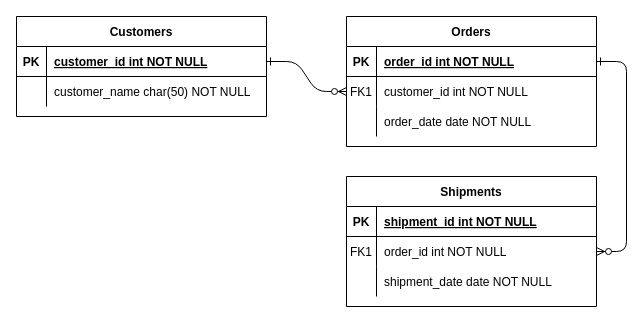
Above: Diagrama sin título.drawio in JonhNino/Book-s (draw.io), before the change. Source tidied: cells renumbered, new cells numbered last; positions are measured from the earlier drawing's top-left corner, leaving out a move shared by most shapes. Both pictures are drawn from the tidied source at 100%, with x=0, y=0 at pixel (16, 16).
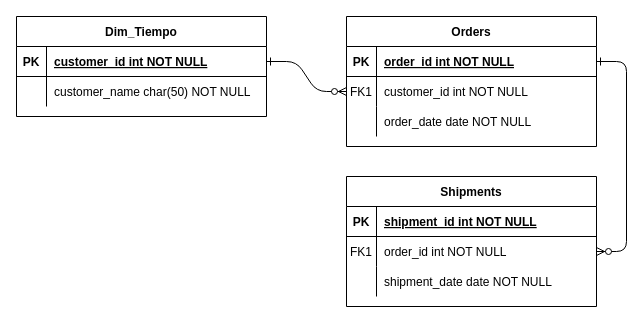
Above is the later version.

Diff of the diagram source:
```diff
@@
-    <mxCell id="24" value="Customers" style="shape=table;startSize=30;childLayout=tableLayout;rowLines=0;fontStyle=1;align=center;" parent="1" vertex="1">
+    <mxCell id="24" value="Dim_Tiempo" style="shape=table;startSize=30;childLayout=tableLayout;rowLines=0;fontStyle=1;align=center;" parent="1" vertex="1">
       <mxGeometry width="250" height="100" as="geometry" />
     </mxCell>
```
